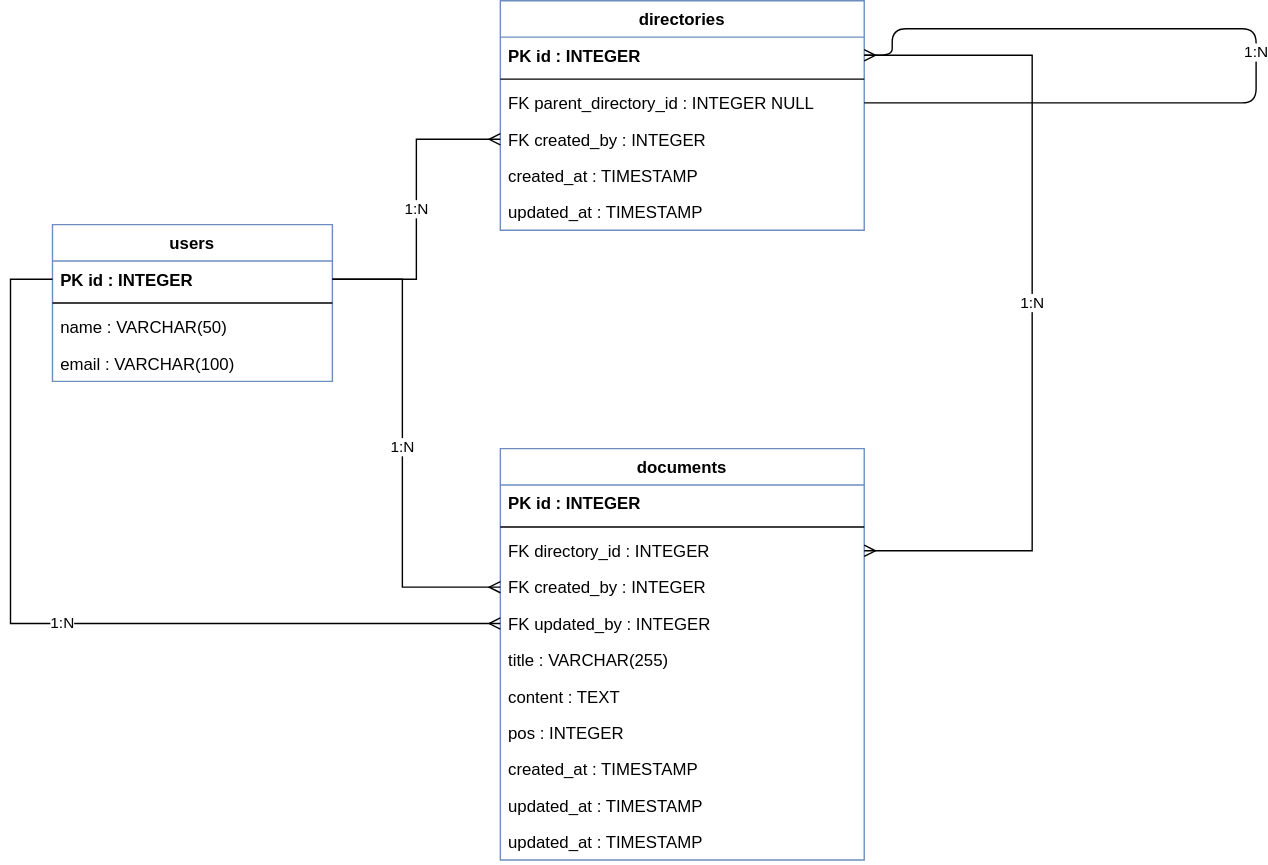
Before: データベース設計/データベースモデリング3/er_diagram.drawio.svg, a diagram exported from draw.io (DaisukeKikukawa/Praha-Challenge). Source tidied: cells renumbered, new cells last; positions are measured from the earlier drawing's top-left corner, leaving out a move shared by most shapes.
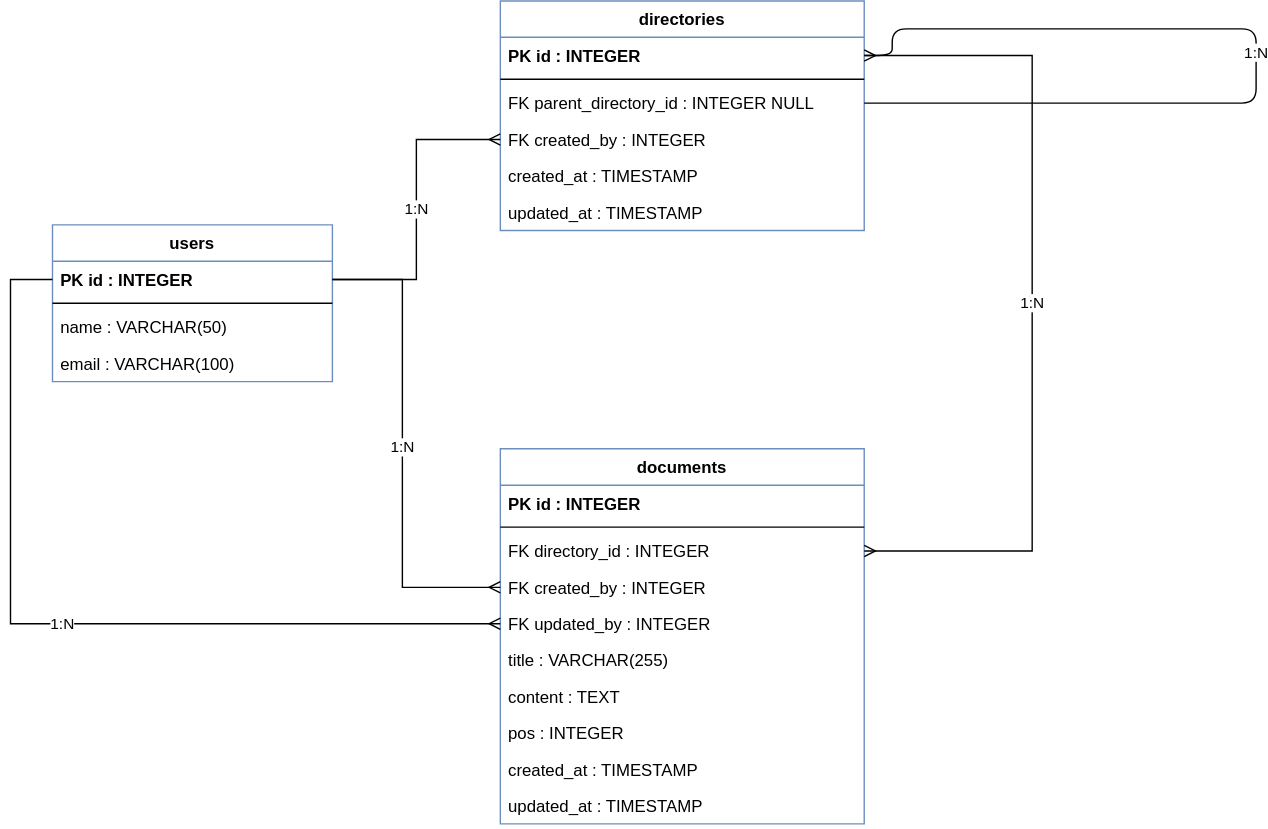
Above is the later version.

Diff of the diagram source:
```diff
@@ -49,7 +49,7 @@
       </mxGeometry>
     </mxCell>
     <mxCell id="15" value="documents" style="swimlane;fontStyle=1;align=center;verticalAlign=top;horizontal=1;startSize=26;fillColor=none;strokeColor=#6c8ebf;" parent="1" vertex="1">
-      <mxGeometry x="350" y="320" width="260" height="294" as="geometry" />
+      <mxGeometry x="350" y="320" width="260" height="268" as="geometry" />
     </mxCell>
     <mxCell id="16" value="PK  id : INTEGER" style="text;strokeColor=none;fillColor=none;align=left;verticalAlign=top;spacingLeft=4;spacingRight=4;overflow=hidden;fontStyle=1;" parent="15" vertex="1">
       <mxGeometry y="26" width="260" height="26" as="geometry" />
@@ -81,9 +81,6 @@
     <mxCell id="25" value="     updated_at : TIMESTAMP" style="text;strokeColor=none;fillColor=none;align=left;verticalAlign=top;spacingLeft=4;spacingRight=4;overflow=hidden;" parent="15" vertex="1">
       <mxGeometry y="242" width="260" height="26" as="geometry" />
     </mxCell>
-    <mxCell id="26" value="     updated_at : TIMESTAMP" style="text;strokeColor=none;fillColor=none;align=left;verticalAlign=top;spacingLeft=4;spacingRight=4;overflow=hidden;" parent="15" vertex="1">
-      <mxGeometry y="268" width="260" height="26" as="geometry" />
-    </mxCell>
     <mxCell id="27" value="1:N" style="edgeStyle=orthogonalEdgeStyle;rounded=0;jettySize=auto;html=1;startArrow=none;startFill=0;endArrow=ERmany;endFill=0;exitX=1;exitY=0.5;exitDx=0;exitDy=0;" parent="1" edge="1" source="3" target="11">
       <mxGeometry relative="1" as="geometry">
         <Array as="points">
```
